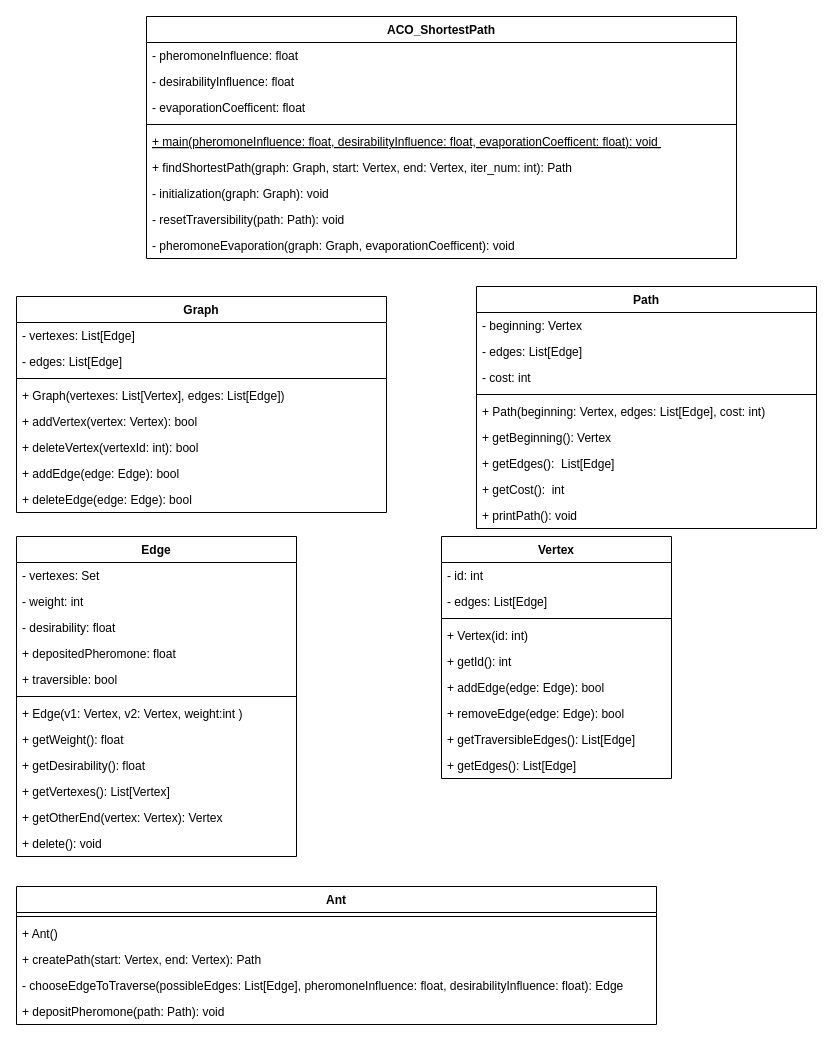
Above: Diagrams/ClassDiagram_ACO_ShortestPath.drawio in Michael-Czekanski/ACO_ShortestPath_Documentation (draw.io), before the change. Source tidied: cells renumbered, new cells numbered last; positions are measured from the earlier drawing's top-left corner, leaving out a move shared by most shapes. Both pictures are drawn from the tidied source at 100%, with x=0, y=0 at pixel (16, 16).
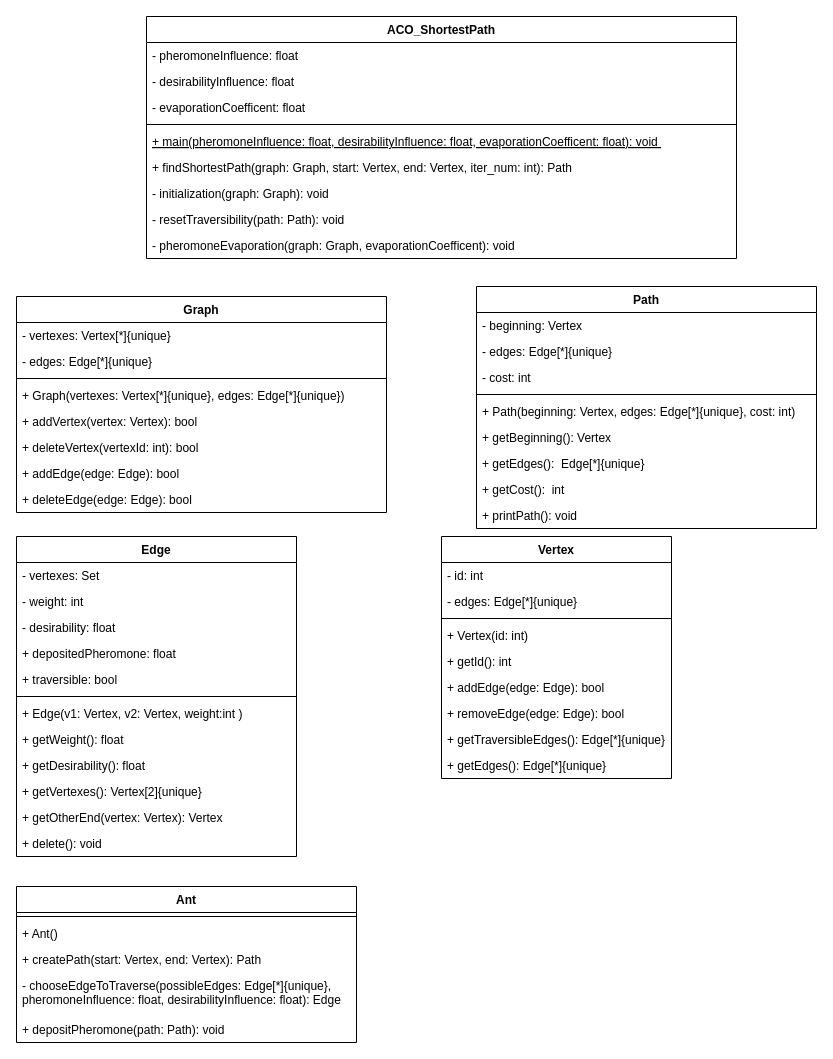
The same diagram, later.

Commit message:
Change non UML types to UML types

There were types like List[sth], changed to sth[*] for example.

The change refers to these unchanged cells:
```xml
<mxCell id="12" value="Graph" style="swimlane;fontStyle=1;align=center;verticalAlign=top;horizontal=1;startSize=26;" parent="1" vertex="1">
  <mxGeometry y="280" width="370" height="216" as="geometry" />
</mxCell>
<mxCell id="21" value="Edge" style="swimlane;fontStyle=1;align=center;verticalAlign=top;horizontal=1;startSize=26;" parent="1" vertex="1">
  <mxGeometry y="520" width="280" height="320" as="geometry" />
</mxCell>
<mxCell id="34" value="Vertex" style="swimlane;fontStyle=1;align=center;verticalAlign=top;horizontal=1;startSize=26;" parent="1" vertex="1">
  <mxGeometry x="425" y="520" width="230" height="242" as="geometry" />
</mxCell>
<mxCell id="44" value="Path" style="swimlane;fontStyle=1;align=center;verticalAlign=top;horizontal=1;startSize=26;" parent="1" vertex="1">
  <mxGeometry x="460" y="270" width="340" height="242" as="geometry" />
</mxCell>
```

Diff of the diagram source:
```diff
@@
-    <mxCell id="13" value="- vertexes: List[Edge]" style="text;strokeColor=none;fillColor=none;align=left;verticalAlign=top;spacingLeft=4;spacingRight=4;overflow=hidden;" parent="12" vertex="1">
+    <mxCell id="13" value="- vertexes: Vertex[*]{unique}" style="text;strokeColor=none;fillColor=none;align=left;verticalAlign=top;spacingLeft=4;spacingRight=4;overflow=hidden;" parent="12" vertex="1">
       <mxGeometry y="26" width="370" height="26" as="geometry" />
     </mxCell>
-    <mxCell id="14" value="- edges: List[Edge]" style="text;strokeColor=none;fillColor=none;align=left;verticalAlign=top;spacingLeft=4;spacingRight=4;overflow=hidden;" parent="12" vertex="1">
+    <mxCell id="14" value="- edges: Edge[*]{unique}" style="text;strokeColor=none;fillColor=none;align=left;verticalAlign=top;spacingLeft=4;spacingRight=4;overflow=hidden;" parent="12" vertex="1">
       <mxGeometry y="52" width="370" height="26" as="geometry" />
     </mxCell>
@@
-    <mxCell id="16" value="+ Graph(vertexes: List[Vertex], edges: List[Edge])" style="text;strokeColor=none;fillColor=none;align=left;verticalAlign=top;spacingLeft=4;spacingRight=4;overflow=hidden;" parent="12" vertex="1">
+    <mxCell id="16" value="+ Graph(vertexes: Vertex[*]{unique}, edges: Edge[*]{unique})" style="text;strokeColor=none;fillColor=none;align=left;verticalAlign=top;spacingLeft=4;spacingRight=4;overflow=hidden;" parent="12" vertex="1">
       <mxGeometry y="86" width="370" height="26" as="geometry" />
     </mxCell>
@@
-    <mxCell id="31" value="+ getVertexes(): List[Vertex]" style="text;strokeColor=none;fillColor=none;align=left;verticalAlign=top;spacingLeft=4;spacingRight=4;overflow=hidden;" parent="21" vertex="1">
+    <mxCell id="31" value="+ getVertexes(): Vertex[2]{unique}" style="text;strokeColor=none;fillColor=none;align=left;verticalAlign=top;spacingLeft=4;spacingRight=4;overflow=hidden;" parent="21" vertex="1">
       <mxGeometry y="242" width="280" height="26" as="geometry" />
     </mxCell>
@@
-    <mxCell id="36" value="- edges: List[Edge]" style="text;strokeColor=none;fillColor=none;align=left;verticalAlign=top;spacingLeft=4;spacingRight=4;overflow=hidden;" parent="34" vertex="1">
+    <mxCell id="36" value="- edges: Edge[*]{unique}" style="text;strokeColor=none;fillColor=none;align=left;verticalAlign=top;spacingLeft=4;spacingRight=4;overflow=hidden;" parent="34" vertex="1">
       <mxGeometry y="52" width="230" height="26" as="geometry" />
     </mxCell>
@@
-    <mxCell id="42" value="+ getTraversibleEdges(): List[Edge]" style="text;strokeColor=none;fillColor=none;align=left;verticalAlign=top;spacingLeft=4;spacingRight=4;overflow=hidden;" parent="34" vertex="1">
+    <mxCell id="42" value="+ getTraversibleEdges(): Edge[*]{unique}" style="text;strokeColor=none;fillColor=none;align=left;verticalAlign=top;spacingLeft=4;spacingRight=4;overflow=hidden;" parent="34" vertex="1">
       <mxGeometry y="190" width="230" height="26" as="geometry" />
     </mxCell>
-    <mxCell id="43" value="+ getEdges(): List[Edge]" style="text;strokeColor=none;fillColor=none;align=left;verticalAlign=top;spacingLeft=4;spacingRight=4;overflow=hidden;" parent="34" vertex="1">
+    <mxCell id="43" value="+ getEdges(): Edge[*]{unique}" style="text;strokeColor=none;fillColor=none;align=left;verticalAlign=top;spacingLeft=4;spacingRight=4;overflow=hidden;" parent="34" vertex="1">
       <mxGeometry y="216" width="230" height="26" as="geometry" />
     </mxCell>
@@
-    <mxCell id="46" value="- edges: List[Edge]" style="text;strokeColor=none;fillColor=none;align=left;verticalAlign=top;spacingLeft=4;spacingRight=4;overflow=hidden;" parent="44" vertex="1">
+    <mxCell id="46" value="- edges: Edge[*]{unique}" style="text;strokeColor=none;fillColor=none;align=left;verticalAlign=top;spacingLeft=4;spacingRight=4;overflow=hidden;" parent="44" vertex="1">
       <mxGeometry y="52" width="340" height="26" as="geometry" />
     </mxCell>
@@
-    <mxCell id="49" value="+ Path(beginning: Vertex, edges: List[Edge], cost: int)" style="text;strokeColor=none;fillColor=none;align=left;verticalAlign=top;spacingLeft=4;spacingRight=4;overflow=hidden;" parent="44" vertex="1">
+    <mxCell id="49" value="+ Path(beginning: Vertex, edges: Edge[*]{unique}, cost: int)" style="text;strokeColor=none;fillColor=none;align=left;verticalAlign=top;spacingLeft=4;spacingRight=4;overflow=hidden;" parent="44" vertex="1">
       <mxGeometry y="112" width="340" height="26" as="geometry" />
     </mxCell>
@@
-    <mxCell id="51" value="+ getEdges():  List[Edge]" style="text;strokeColor=none;fillColor=none;align=left;verticalAlign=top;spacingLeft=4;spacingRight=4;overflow=hidden;" parent="44" vertex="1">
+    <mxCell id="51" value="+ getEdges():  Edge[*]{unique}" style="text;strokeColor=none;fillColor=none;align=left;verticalAlign=top;spacingLeft=4;spacingRight=4;overflow=hidden;" parent="44" vertex="1">
       <mxGeometry y="164" width="340" height="26" as="geometry" />
     </mxCell>
@@
     <mxCell id="54" value="Ant" style="swimlane;fontStyle=1;align=center;verticalAlign=top;horizontal=1;startSize=26;" parent="1" vertex="1">
-      <mxGeometry y="870" width="640" height="138" as="geometry" />
+      <mxGeometry y="870" width="340" height="156" as="geometry" />
     </mxCell>
     <mxCell id="55" style="line;strokeWidth=1;fillColor=none;align=left;verticalAlign=middle;spacingTop=-1;spacingLeft=3;spacingRight=3;labelPosition=right;" parent="54" vertex="1">
-      <mxGeometry y="26" width="640" height="8" as="geometry" />
+      <mxGeometry y="26" width="340" height="8" as="geometry" />
     </mxCell>
     <mxCell id="56" value="+ Ant()" style="text;strokeColor=none;fillColor=none;align=left;verticalAlign=top;spacingLeft=4;spacingRight=4;overflow=hidden;" parent="54" vertex="1">
-      <mxGeometry y="34" width="640" height="26" as="geometry" />
+      <mxGeometry y="34" width="340" height="26" as="geometry" />
     </mxCell>
     <mxCell id="57" value="+ createPath(start: Vertex, end: Vertex): Path" style="text;strokeColor=none;fillColor=none;align=left;verticalAlign=top;spacingLeft=4;spacingRight=4;overflow=hidden;" parent="54" vertex="1">
-      <mxGeometry y="60" width="640" height="26" as="geometry" />
+      <mxGeometry y="60" width="340" height="26" as="geometry" />
     </mxCell>
-    <mxCell id="58" value="- chooseEdgeToTraverse(possibleEdges: List[Edge], pheromoneInfluence: float, desirabilityInfluence: float): Edge" style="text;strokeColor=none;fillColor=none;align=left;verticalAlign=top;spacingLeft=4;spacingRight=4;overflow=hidden;" parent="54" vertex="1">
-      <mxGeometry y="86" width="640" height="26" as="geometry" />
+    <mxCell id="58" value="- chooseEdgeToTraverse(possibleEdges: Edge[*]{unique}, &#10;pheromoneInfluence: float, desirabilityInfluence: float): Edge" style="text;strokeColor=none;fillColor=none;align=left;verticalAlign=top;spacingLeft=4;spacingRight=4;overflow=hidden;" parent="54" vertex="1">
+      <mxGeometry y="86" width="340" height="44" as="geometry" />
     </mxCell>
     <mxCell id="59" value="+ depositPheromone(path: Path): void" style="text;strokeColor=none;fillColor=none;align=left;verticalAlign=top;spacingLeft=4;spacingRight=4;overflow=hidden;" parent="54" vertex="1">
-      <mxGeometry y="112" width="640" height="26" as="geometry" />
+      <mxGeometry y="130" width="340" height="26" as="geometry" />
     </mxCell>
```
